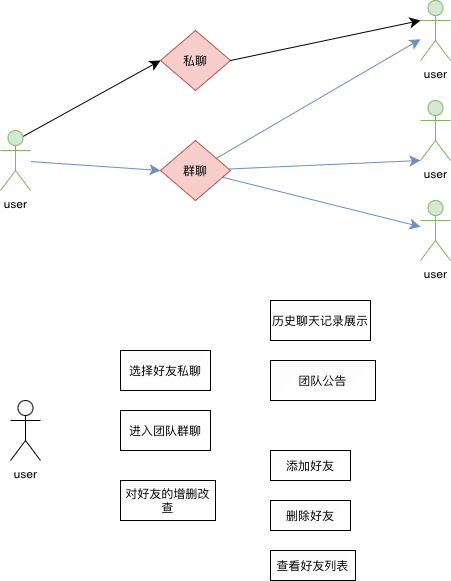
Earlier version of the draw.io export 聊天室.drawio.png (calmthinke/notePic). Source tidied: cells renumbered, new cells last; positions are measured from the earlier drawing's top-left corner, leaving out a move shared by most shapes. Source of this version:
```xml
<mxGraphModel>
  <root>
    <mxCell id="0" />
    <mxCell id="1" parent="0" />
    <mxCell id="2" value="删除好友" style="whiteSpace=wrap;html=1;" parent="1" vertex="1">
      <mxGeometry x="270" y="500" width="80" height="30" as="geometry" />
    </mxCell>
    <mxCell id="3" style="edgeStyle=none;curved=1;rounded=0;jettySize=auto;html=1;exitX=0.75;exitY=0.1;exitDx=0;exitDy=0;exitPerimeter=0;entryX=0;entryY=0.5;entryDx=0;entryDy=0;fontSize=12;startSize=8;endSize=8;" parent="1" edge="1" source="5" target="9">
      <mxGeometry relative="1" as="geometry" />
    </mxCell>
    <mxCell id="4" style="edgeStyle=none;curved=1;rounded=0;jettySize=auto;html=1;entryX=0;entryY=0.5;entryDx=0;entryDy=0;fontSize=12;startSize=8;endSize=8;fillColor=#dae8fc;strokeColor=#6c8ebf;" parent="1" edge="1" source="5" target="12">
      <mxGeometry relative="1" as="geometry" />
    </mxCell>
    <mxCell id="5" value="user" style="shape=umlActor;verticalLabelPosition=bottom;verticalAlign=top;html=1;fillColor=#d5e8d4;strokeColor=#82b366;" parent="1" vertex="1">
      <mxGeometry y="130" width="30" height="60" as="geometry" />
    </mxCell>
    <mxCell id="6" value="user" style="shape=umlActor;verticalLabelPosition=bottom;verticalAlign=top;html=1;fillColor=#d5e8d4;strokeColor=#82b366;" parent="1" vertex="1">
      <mxGeometry x="420" width="30" height="60" as="geometry" />
    </mxCell>
    <mxCell id="7" value="user" style="shape=umlActor;verticalLabelPosition=bottom;verticalAlign=top;html=1;fillColor=#d5e8d4;strokeColor=#82b366;" parent="1" vertex="1">
      <mxGeometry x="420" y="100" width="30" height="60" as="geometry" />
    </mxCell>
    <mxCell id="8" value="user" style="shape=umlActor;verticalLabelPosition=bottom;verticalAlign=top;html=1;fillColor=#d5e8d4;strokeColor=#82b366;" parent="1" vertex="1">
      <mxGeometry x="420" y="200" width="30" height="60" as="geometry" />
    </mxCell>
    <mxCell id="9" value="私聊" style="rhombus;whiteSpace=wrap;html=1;fillColor=#f8cecc;strokeColor=#b85450;" parent="1" vertex="1">
      <mxGeometry x="160" y="30" width="70" height="60" as="geometry" />
    </mxCell>
    <mxCell id="10" style="edgeStyle=none;curved=1;rounded=0;jettySize=auto;html=1;fontSize=12;startSize=8;endSize=8;fillColor=#dae8fc;strokeColor=#6c8ebf;" parent="1" edge="1" source="12" target="8">
      <mxGeometry relative="1" as="geometry" />
    </mxCell>
    <mxCell id="11" style="edgeStyle=none;curved=1;rounded=0;jettySize=auto;html=1;fontSize=12;startSize=8;endSize=8;fillColor=#dae8fc;strokeColor=#6c8ebf;" parent="1" edge="1" source="12" target="6">
      <mxGeometry relative="1" as="geometry" />
    </mxCell>
    <mxCell id="12" value="群聊" style="rhombus;whiteSpace=wrap;html=1;fillColor=#f8cecc;strokeColor=#b85450;" parent="1" vertex="1">
      <mxGeometry x="160" y="140" width="70" height="60" as="geometry" />
    </mxCell>
    <mxCell id="13" style="edgeStyle=none;curved=1;rounded=0;jettySize=auto;html=1;exitX=1;exitY=0.5;exitDx=0;exitDy=0;entryX=0;entryY=0.3333333333333333;entryDx=0;entryDy=0;entryPerimeter=0;fontSize=12;startSize=8;endSize=8;" parent="1" edge="1" source="9" target="6">
      <mxGeometry relative="1" as="geometry" />
    </mxCell>
    <mxCell id="14" style="edgeStyle=none;curved=1;rounded=0;jettySize=auto;html=1;entryX=0;entryY=1;entryDx=0;entryDy=0;entryPerimeter=0;fontSize=12;startSize=8;endSize=8;fillColor=#dae8fc;strokeColor=#6c8ebf;" parent="1" edge="1" source="12" target="7">
      <mxGeometry relative="1" as="geometry" />
    </mxCell>
    <mxCell id="15" value="user" style="shape=umlActor;verticalLabelPosition=bottom;verticalAlign=top;html=1;" parent="1" vertex="1">
      <mxGeometry x="10" y="400" width="30" height="60" as="geometry" />
    </mxCell>
    <mxCell id="16" value="选择好友私聊" style="whiteSpace=wrap;html=1;" parent="1" vertex="1">
      <mxGeometry x="120" y="350" width="90" height="40" as="geometry" />
    </mxCell>
    <mxCell id="17" value="进入团队群聊" style="whiteSpace=wrap;html=1;" parent="1" vertex="1">
      <mxGeometry x="120" y="410" width="90" height="40" as="geometry" />
    </mxCell>
    <mxCell id="18" value="查看好友列表" style="whiteSpace=wrap;html=1;" parent="1" vertex="1">
      <mxGeometry x="270" y="550" width="85" height="30" as="geometry" />
    </mxCell>
    <mxCell id="19" value="对好友的增删改查" style="whiteSpace=wrap;html=1;" parent="1" vertex="1">
      <mxGeometry x="120" y="480" width="95" height="40" as="geometry" />
    </mxCell>
    <mxCell id="20" value="添加好友" style="whiteSpace=wrap;html=1;" parent="1" vertex="1">
      <mxGeometry x="270" y="450" width="80" height="30" as="geometry" />
    </mxCell>
    <mxCell id="21" value="历史聊天记录展示" style="whiteSpace=wrap;html=1;" parent="1" vertex="1">
      <mxGeometry x="270" y="300" width="100" height="40" as="geometry" />
    </mxCell>
    <mxCell id="22" style="edgeStyle=none;curved=1;rounded=0;orthogonalLoop=1;jettySize=auto;html=1;entryX=1;entryY=0.25;entryDx=0;entryDy=0;fontSize=12;startSize=8;endSize=8;" parent="1" edge="1" source="19" target="19">
      <mxGeometry relative="1" as="geometry" />
    </mxCell>
    <mxCell id="23" value="团队公告" style="whiteSpace=wrap;html=1;" parent="1" vertex="1">
      <mxGeometry x="270" y="360" width="105" height="40" as="geometry" />
    </mxCell>
  </root>
</mxGraphModel>
```
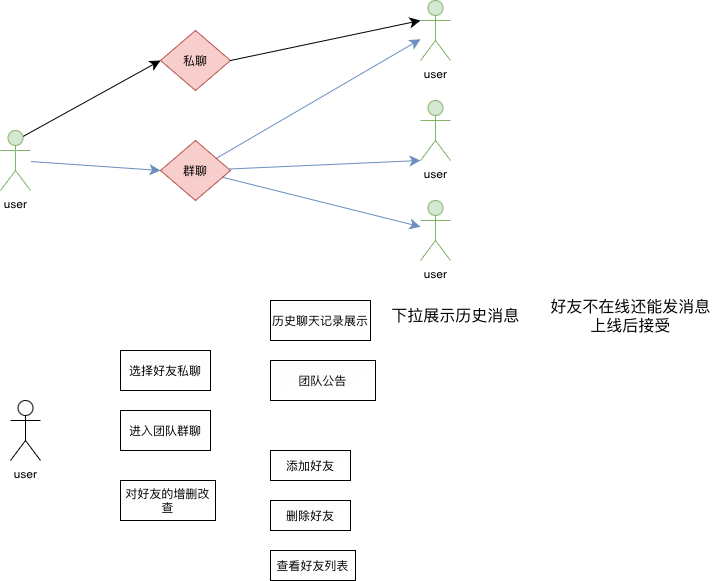
The same diagram one commit later.

Commit message:
更新聊天室.drawio.png

What changed in the source:
```diff
@@ -68,5 +68,11 @@
     <mxCell id="23" value="团队公告" style="whiteSpace=wrap;html=1;" parent="1" vertex="1">
       <mxGeometry x="270" y="360" width="105" height="40" as="geometry" />
     </mxCell>
+    <mxCell id="24" value="下拉展示历史消息" style="text;html=1;align=center;verticalAlign=middle;strokeColor=none;fillColor=none;fontSize=16;" parent="1" vertex="1">
+      <mxGeometry x="380" y="300" width="150" height="30" as="geometry" />
+    </mxCell>
+    <mxCell id="25" value="好友不在线还能发消息&lt;div&gt;上线后接受&lt;/div&gt;" style="text;html=1;align=center;verticalAlign=middle;strokeColor=none;fillColor=none;fontSize=16;" parent="1" vertex="1">
+      <mxGeometry x="540" y="290" width="180" height="50" as="geometry" />
+    </mxCell>
   </root>
 </mxGraphModel>
```
